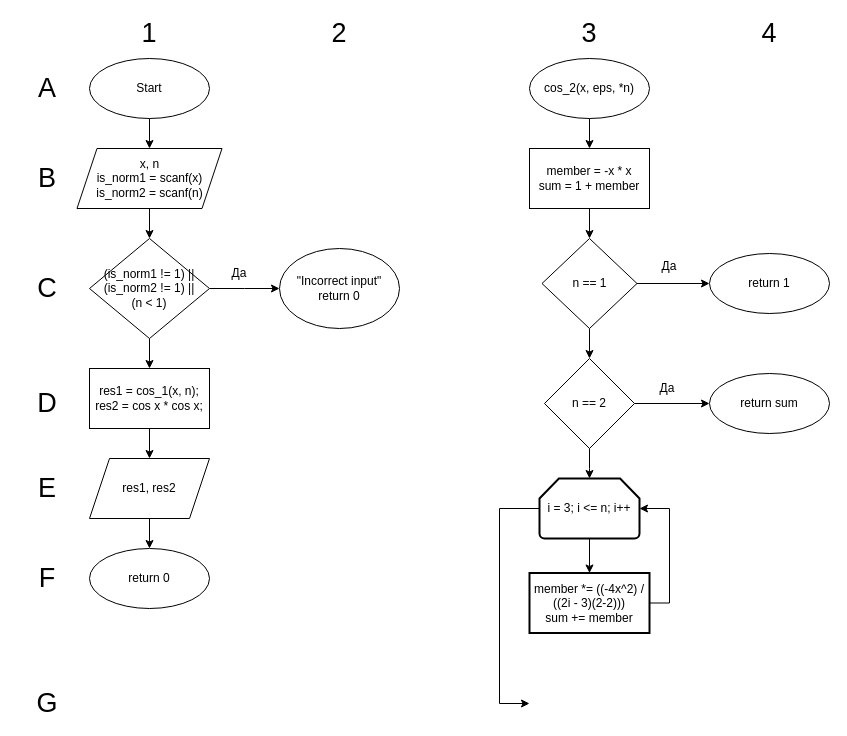
This is labs/lab2/lab2_1.drawio from Glebins/mephi_labs, a draw.io file, before an edit. Source tidied: cells renumbered, new cells numbered last; positions are measured from the earlier drawing's top-left corner, leaving out a move shared by most shapes. Both pictures are drawn from the tidied source at 100%, with x=0, y=0 at pixel (17, 18).
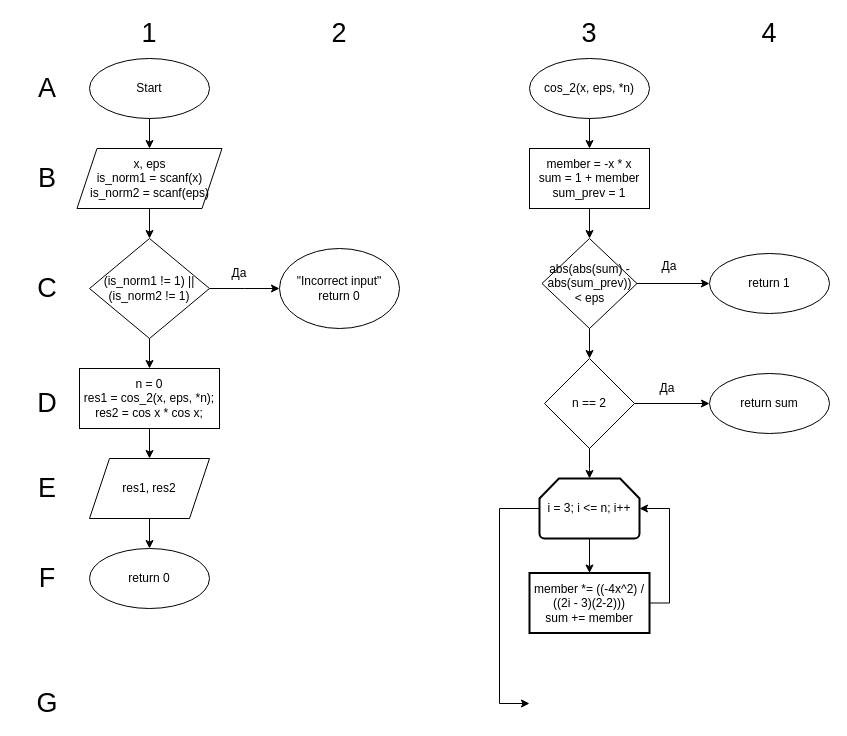
The same diagram, later.

What changed in the source:
```diff
@@
-    <mxCell id="5" value="x, n&lt;br&gt;is_norm1 = scanf(x)&lt;br&gt;is_norm2 = scanf(n)" style="shape=parallelogram;perimeter=parallelogramPerimeter;whiteSpace=wrap;html=1;fixedSize=1;" parent="1" vertex="1">
+    <mxCell id="5" value="x, eps&lt;br&gt;is_norm1 = scanf(x)&lt;br&gt;is_norm2 = scanf(eps)" style="shape=parallelogram;perimeter=parallelogramPerimeter;whiteSpace=wrap;html=1;fixedSize=1;" parent="1" vertex="1">
       <mxGeometry x="59.5" y="130" width="145" height="60" as="geometry" />
     </mxCell>
@@
-    <mxCell id="8" value="(is_norm1 != 1) ||&lt;br&gt;(is_norm2 != 1) ||&lt;br&gt;(n &amp;lt; 1)" style="rhombus;whiteSpace=wrap;html=1;" parent="1" vertex="1">
+    <mxCell id="8" value="(is_norm1 != 1) ||&lt;br&gt;(is_norm2 != 1)" style="rhombus;whiteSpace=wrap;html=1;" parent="1" vertex="1">
       <mxGeometry x="72" y="220" width="120" height="100" as="geometry" />
     </mxCell>
@@
-    <mxCell id="11" value="res1 = cos_1(x, n);&lt;br&gt;res2 = cos x * cos x;" style="whiteSpace=wrap;html=1;" parent="1" vertex="1">
-      <mxGeometry x="72" y="350" width="120" height="60" as="geometry" />
+    <mxCell id="11" value="n = 0&lt;br&gt;res1 = cos_2(x, eps, *n);&lt;br&gt;res2 = cos x * cos x;" style="whiteSpace=wrap;html=1;" parent="1" vertex="1">
+      <mxGeometry x="62" y="350" width="140" height="60" as="geometry" />
     </mxCell>
@@
-    <mxCell id="18" value="member = -x * x&lt;br&gt;sum = 1 + member" style="whiteSpace=wrap;html=1;" parent="1" vertex="1">
+    <mxCell id="18" value="member = -x * x&lt;br&gt;sum = 1 + member&lt;br&gt;sum_prev = 1" style="whiteSpace=wrap;html=1;" parent="1" vertex="1">
       <mxGeometry x="512" y="130" width="120" height="60" as="geometry" />
     </mxCell>
@@
-    <mxCell id="21" value="n == 1" style="rhombus;whiteSpace=wrap;html=1;" parent="1" vertex="1">
+    <mxCell id="21" value="abs(abs(sum) - abs(sum_prev)) &amp;lt; eps" style="rhombus;whiteSpace=wrap;html=1;" parent="1" vertex="1">
       <mxGeometry x="524.5" y="220" width="95" height="90" as="geometry" />
     </mxCell>
```
